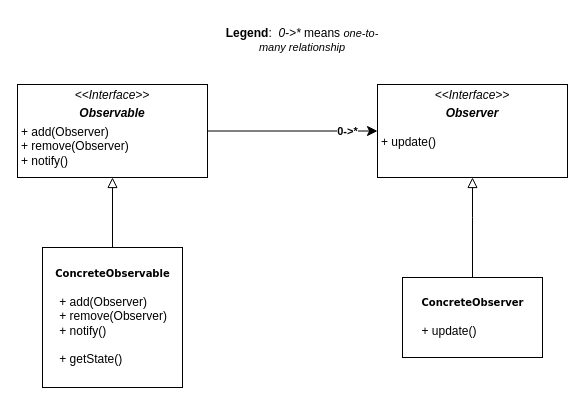
Earlier version of the draw.io diagram ObserverPattern/Observer_UML.drawio (jonahsebright/DesignPatterns). Source tidied: cells renumbered, new cells numbered last; positions are measured from the earlier drawing's top-left corner, leaving out a move shared by most shapes. Both pictures are drawn from the tidied source at 100%, with x=0, y=0 at pixel (17, 17).
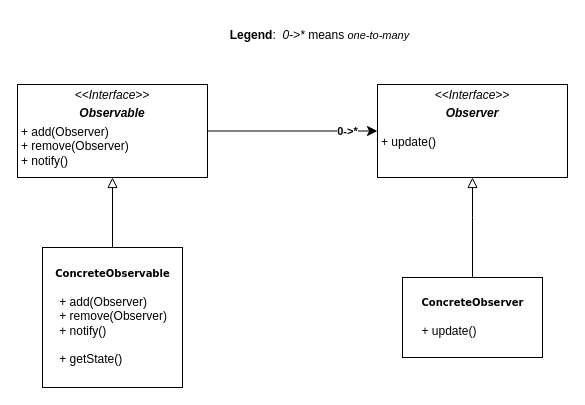
The same page after the edit.

Diff of the diagram source:
```diff
@@
 <mxGraphModel>
   <root>
     <mxCell id="0" />
     <mxCell id="1" parent="0" />
     <mxCell id="2" value="&lt;p style=&quot;margin: 0px ; margin-top: 4px ; text-align: center&quot;&gt;&lt;i&gt;&amp;lt;&amp;lt;Interface&amp;gt;&amp;gt;&lt;/i&gt;&lt;/p&gt;&lt;p style=&quot;margin: 0px ; margin-top: 4px ; text-align: center&quot;&gt;&lt;i&gt;&lt;b&gt;Observer&lt;/b&gt;&lt;/i&gt;&lt;/p&gt;&lt;p style=&quot;margin: 0px 0px 0px 4px&quot;&gt;&lt;br&gt;&lt;/p&gt;&lt;p style=&quot;margin: 0px 0px 0px 4px&quot;&gt;+ update()&lt;/p&gt;" style="verticalAlign=top;align=left;overflow=fill;fontSize=12;fontFamily=Helvetica;html=1;rounded=0;shadow=0;comic=0;labelBackgroundColor=none;strokeWidth=1;" parent="1" vertex="1">
       <mxGeometry x="360" y="67" width="190" height="93" as="geometry" />
     </mxCell>
     <mxCell id="3" style="edgeStyle=orthogonalEdgeStyle;rounded=0;jettySize=auto;html=1;endArrow=block;endFill=0;endSize=8;entryX=0.5;entryY=1;entryDx=0;entryDy=0;" parent="1" edge="1" source="4" target="6">
       <mxGeometry relative="1" as="geometry" />
     </mxCell>
     <mxCell id="4" value="&lt;b&gt;ConcreteObservable&lt;br&gt;&lt;/b&gt;&lt;span style=&quot;font-family: &amp;#34;helvetica&amp;#34; ; font-size: 12px&quot;&gt;&lt;br&gt;&lt;div style=&quot;text-align: left&quot;&gt;&lt;p style=&quot;font-family: &amp;#34;helvetica&amp;#34; ; margin: 0px 0px 0px 4px&quot;&gt;+ add(Observer)&lt;br&gt;&lt;/p&gt;&lt;p style=&quot;font-family: &amp;#34;helvetica&amp;#34; ; margin: 0px 0px 0px 4px&quot;&gt;+ remove(Observer)&lt;/p&gt;&lt;p style=&quot;font-family: &amp;#34;helvetica&amp;#34; ; margin: 0px 0px 0px 4px&quot;&gt;+ notify()&lt;/p&gt;&lt;p style=&quot;font-family: &amp;#34;helvetica&amp;#34; ; margin: 0px 0px 0px 4px&quot;&gt;&lt;br&gt;&lt;/p&gt;&lt;p style=&quot;font-family: &amp;#34;helvetica&amp;#34; ; margin: 0px 0px 0px 4px&quot;&gt;+ getState()&lt;/p&gt;&lt;/div&gt;&lt;/span&gt;" style="html=1;rounded=0;shadow=0;comic=0;labelBackgroundColor=none;strokeWidth=1;fontFamily=Verdana;fontSize=10;align=center;" parent="1" vertex="1">
       <mxGeometry x="25" y="230" width="140" height="140" as="geometry" />
     </mxCell>
     <mxCell id="5" value="&lt;b&gt;0-&amp;gt;*&lt;/b&gt;" style="edgeStyle=orthogonalEdgeStyle;rounded=0;jettySize=auto;html=1;endSize=8;" parent="1" edge="1" source="6" target="2">
       <mxGeometry x="0.65" relative="1" as="geometry" />
     </mxCell>
     <mxCell id="6" value="&lt;p style=&quot;margin: 4px 0px 0px ; text-align: center&quot;&gt;&lt;i&gt;&amp;lt;&amp;lt;Interface&amp;gt;&amp;gt;&lt;/i&gt;&lt;/p&gt;&lt;p style=&quot;margin: 0px ; margin-top: 4px ; text-align: center&quot;&gt;&lt;span style=&quot;text-align: left&quot;&gt;&lt;b&gt;&lt;i&gt;Observable&lt;/i&gt;&lt;/b&gt;&lt;/span&gt;&lt;/p&gt;&lt;p style=&quot;margin: 0px ; margin-top: 4px ; text-align: center&quot;&gt;&lt;/p&gt;&lt;p style=&quot;margin: 0px 0px 0px 4px&quot;&gt;+ add(Observer)&lt;br&gt;&lt;/p&gt;&lt;p style=&quot;margin: 0px ; margin-left: 4px&quot;&gt;+ remove(Observer)&lt;/p&gt;&lt;p style=&quot;margin: 0px ; margin-left: 4px&quot;&gt;+ notify()&lt;/p&gt;" style="verticalAlign=top;align=left;overflow=fill;fontSize=12;fontFamily=Helvetica;html=1;rounded=0;shadow=0;comic=0;labelBackgroundColor=none;strokeWidth=1;" parent="1" vertex="1">
       <mxGeometry y="67" width="190" height="93" as="geometry" />
     </mxCell>
     <mxCell id="7" style="edgeStyle=orthogonalEdgeStyle;rounded=0;jettySize=auto;html=1;endArrow=block;endFill=0;endSize=8;exitX=0.5;exitY=0;exitDx=0;exitDy=0;" parent="1" edge="1" source="8" target="2">
       <mxGeometry relative="1" as="geometry">
         <Array as="points">
           <mxPoint x="455" y="200" />
           <mxPoint x="455" y="200" />
         </Array>
       </mxGeometry>
     </mxCell>
     <mxCell id="8" value="&lt;b&gt;ConcreteObserver&lt;br&gt;&lt;/b&gt;&lt;span style=&quot;font-family: &amp;#34;helvetica&amp;#34; ; font-size: 12px&quot;&gt;&lt;br&gt;&lt;div style=&quot;text-align: left&quot;&gt;&lt;span&gt;+&amp;nbsp;&lt;/span&gt;&lt;span style=&quot;font-family: &amp;#34;helvetica&amp;#34;&quot;&gt;update&lt;/span&gt;&lt;span style=&quot;text-align: left&quot;&gt;()&lt;/span&gt;&lt;/div&gt;&lt;/span&gt;" style="html=1;rounded=0;shadow=0;comic=0;labelBackgroundColor=none;strokeWidth=1;fontFamily=Verdana;fontSize=10;align=center;" parent="1" vertex="1">
       <mxGeometry x="385" y="260" width="140" height="80" as="geometry" />
     </mxCell>
-    <mxCell id="9" value="&lt;b&gt;Legend&lt;/b&gt;:&amp;nbsp; &lt;i&gt;0-&amp;gt;*&lt;/i&gt; means&amp;nbsp;&lt;span style=&quot;font-size: 11px ; background-color: rgb(255 , 255 , 255)&quot;&gt;&lt;i&gt;one-to-many relationship&lt;/i&gt;&lt;/span&gt;&lt;br&gt;&amp;nbsp;" style="text;html=1;strokeColor=none;fillColor=none;align=center;verticalAlign=middle;whiteSpace=wrap;rounded=0;" parent="1" vertex="1">
-      <mxGeometry x="205" width="160" height="60" as="geometry" />
+    <mxCell id="9" value="&lt;b&gt;Legend&lt;/b&gt;:&amp;nbsp; &lt;i&gt;0-&amp;gt;*&lt;/i&gt; means&amp;nbsp;&lt;span style=&quot;font-size: 11px ; background-color: rgb(255 , 255 , 255)&quot;&gt;&lt;i&gt;one-to-many&lt;/i&gt;&lt;/span&gt;&lt;br&gt;&amp;nbsp;" style="text;html=1;strokeColor=none;fillColor=none;align=center;verticalAlign=middle;whiteSpace=wrap;rounded=0;" parent="1" vertex="1">
+      <mxGeometry x="205" y="10" width="195" height="30" as="geometry" />
     </mxCell>
   </root>
 </mxGraphModel>
```
